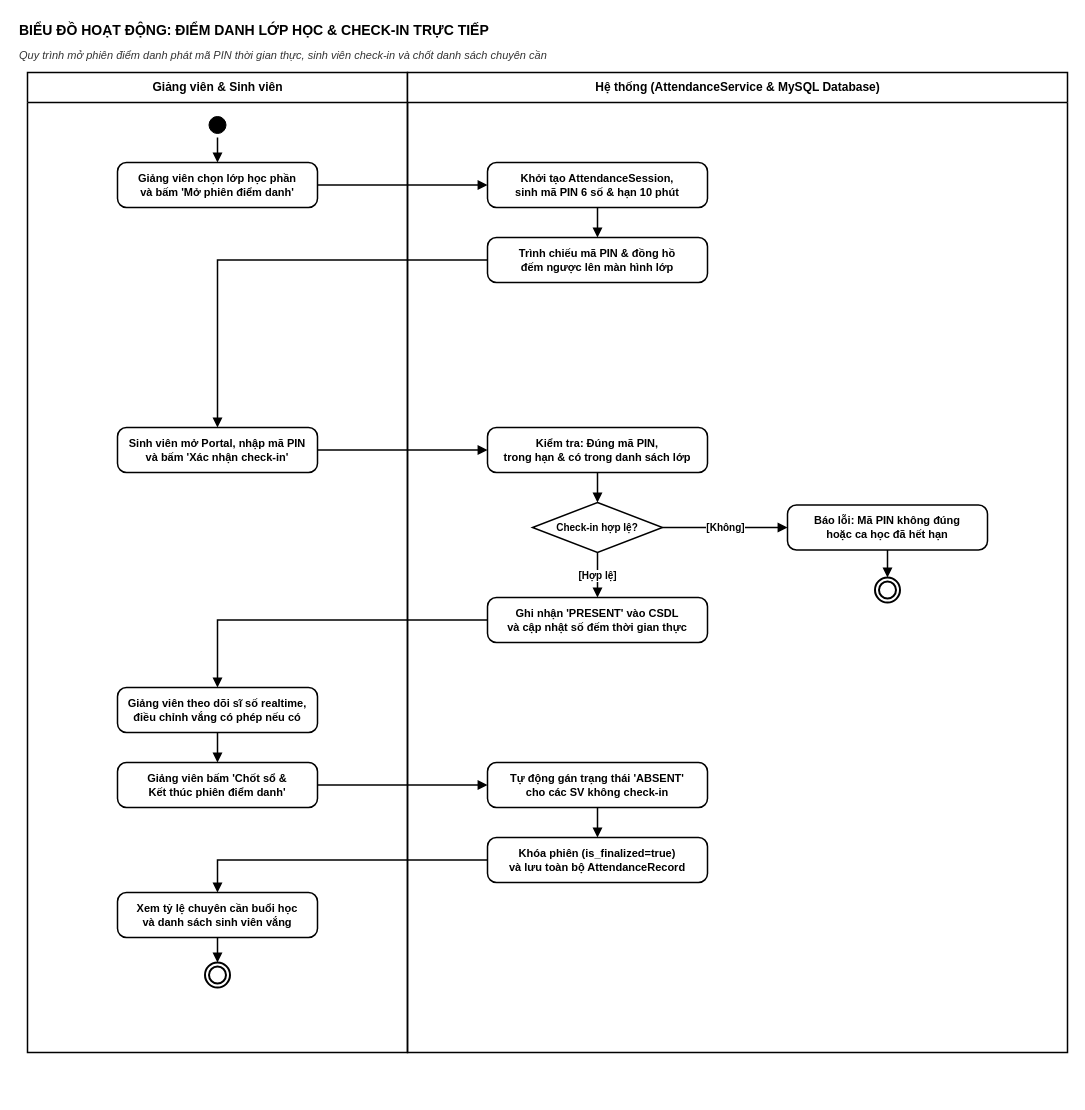
Above: page "18. Điểm danh lớp học & Check-in trực tiếp" (18 of 23) of drawio/Activity_Diagrams.drawio in DevMarkie/DoAnChuyenNganh (draw.io), before the change. Source tidied: cells renumbered, new cells numbered last; positions are measured from the earlier drawing's top-left corner, leaving out a move shared by most shapes. Both pictures are drawn from the tidied source at 100%, with x=0, y=0 at pixel (17, 17).
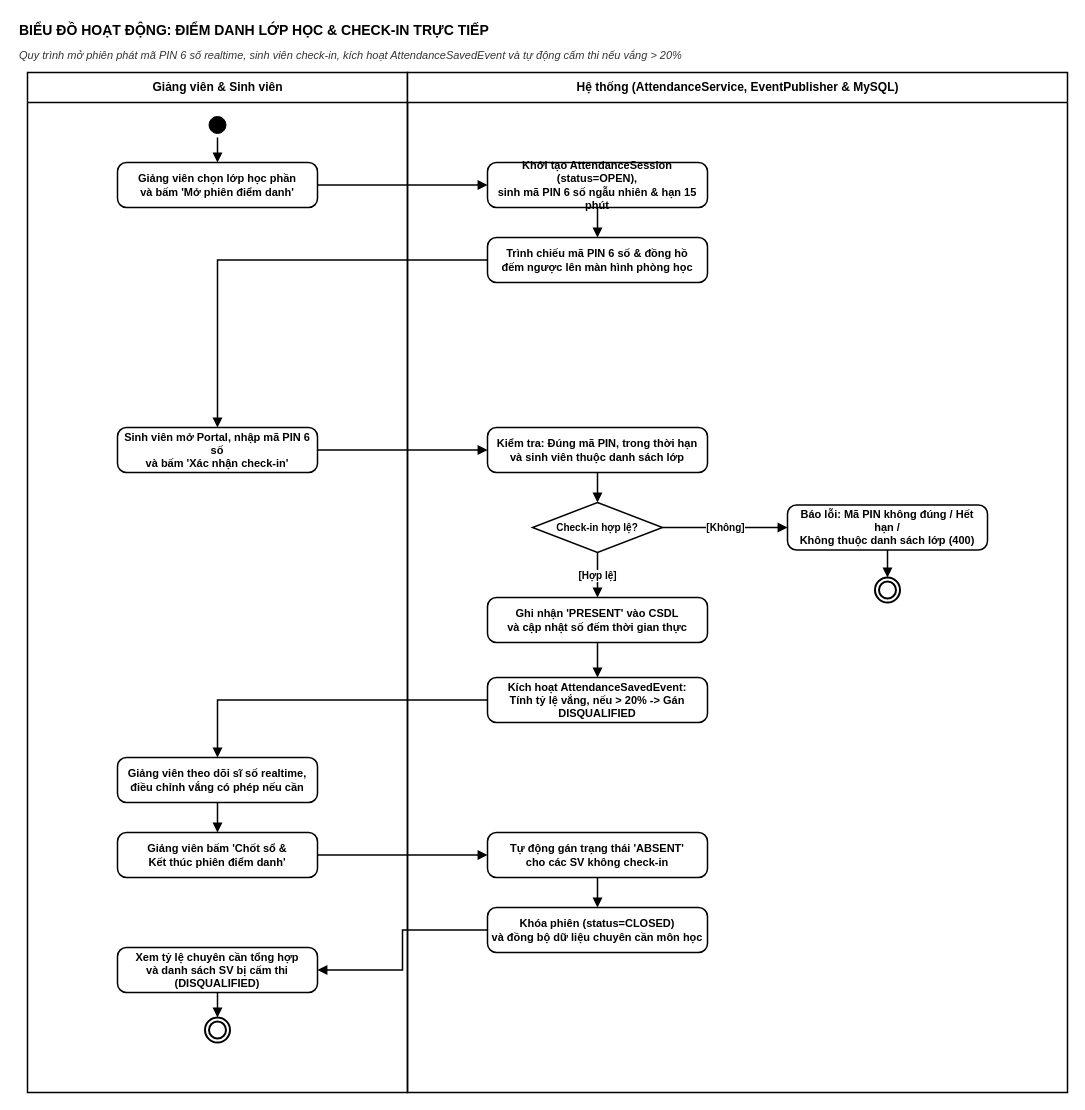
The same diagram, later.

Commit message (it also covers changes not shown here):
feat(ui,drawio): dong bo giao dien StaffsPage & GradeHistoryModal theo Design System va cap nhat tap lenh drawio

The change refers to these unchanged cells:
```xml
<mxCell id="19" value="Ghi nhận 'PRESENT' vào CSDL&#10;và cập nhật số đếm thời gian thực" style="rounded=1;whiteSpace=wrap;html=1;arcSize=20;fillColor=#ffffff;strokeColor=#000000;strokeWidth=1.5;fontStyle=1;fontSize=11;fontColor=#000000;spacing=4;" parent="1" vertex="1">
  <mxGeometry x="470" y="580" width="220" height="45" as="geometry" />
</mxCell>
```

Diff of the diagram source:
```diff
@@
-    <mxCell id="3" value="Quy trình mở phiên điểm danh phát mã PIN thời gian thực, sinh viên check-in và chốt danh sách chuyên cần" style="text;html=1;strokeColor=none;fillColor=none;align=left;verticalAlign=middle;whiteSpace=wrap;rounded=0;fontStyle=2;fontSize=11;fontColor=#333333;" parent="1" vertex="1">
+    <mxCell id="3" value="Quy trình mở phiên phát mã PIN 6 số realtime, sinh viên check-in, kích hoạt AttendanceSavedEvent và tự động cấm thi nếu vắng &gt; 20%" style="text;html=1;strokeColor=none;fillColor=none;align=left;verticalAlign=middle;whiteSpace=wrap;rounded=0;fontStyle=2;fontSize=11;fontColor=#333333;" parent="1" vertex="1">
       <mxGeometry y="28" width="950" height="20" as="geometry" />
     </mxCell>
     <mxCell id="4" value="Giảng viên &amp; Sinh viên" style="swimlane;html=1;fillColor=#ffffff;strokeColor=#000000;strokeWidth=1.5;fontStyle=1;fontSize=12;fontColor=#000000;startSize=30;" parent="1" vertex="1">
-      <mxGeometry x="10" y="55" width="380" height="980" as="geometry" />
+      <mxGeometry x="10" y="55" width="380" height="1020" as="geometry" />
     </mxCell>
-    <mxCell id="5" value="Hệ thống (AttendanceService &amp; MySQL Database)" style="swimlane;html=1;fillColor=#ffffff;strokeColor=#000000;strokeWidth=1.5;fontStyle=1;fontSize=12;fontColor=#000000;startSize=30;" parent="1" vertex="1">
-      <mxGeometry x="390" y="55" width="660" height="980" as="geometry" />
+    <mxCell id="5" value="Hệ thống (AttendanceService, EventPublisher &amp; MySQL)" style="swimlane;html=1;fillColor=#ffffff;strokeColor=#000000;strokeWidth=1.5;fontStyle=1;fontSize=12;fontColor=#000000;startSize=30;" parent="1" vertex="1">
+      <mxGeometry x="390" y="55" width="660" height="1020" as="geometry" />
     </mxCell>
@@
-    <mxCell id="8" value="Sinh viên mở Portal, nhập mã PIN&#10;và bấm 'Xác nhận check-in'" style="rounded=1;whiteSpace=wrap;html=1;arcSize=20;fillColor=#ffffff;strokeColor=#000000;strokeWidth=1.5;fontStyle=1;fontSize=11;fontColor=#000000;spacing=4;" parent="1" vertex="1">
+    <mxCell id="8" value="Sinh viên mở Portal, nhập mã PIN 6 số&#10;và bấm 'Xác nhận check-in'" style="rounded=1;whiteSpace=wrap;html=1;arcSize=20;fillColor=#ffffff;strokeColor=#000000;strokeWidth=1.5;fontStyle=1;fontSize=11;fontColor=#000000;spacing=4;" parent="1" vertex="1">
       <mxGeometry x="100" y="410" width="200" height="45" as="geometry" />
     </mxCell>
-    <mxCell id="9" value="Giảng viên theo dõi sĩ số realtime,&#10;điều chỉnh vắng có phép nếu có" style="rounded=1;whiteSpace=wrap;html=1;arcSize=20;fillColor=#ffffff;strokeColor=#000000;strokeWidth=1.5;fontStyle=1;fontSize=11;fontColor=#000000;spacing=4;" parent="1" vertex="1">
-      <mxGeometry x="100" y="670" width="200" height="45" as="geometry" />
+    <mxCell id="9" value="Giảng viên theo dõi sĩ số realtime,&#10;điều chỉnh vắng có phép nếu cần" style="rounded=1;whiteSpace=wrap;html=1;arcSize=20;fillColor=#ffffff;strokeColor=#000000;strokeWidth=1.5;fontStyle=1;fontSize=11;fontColor=#000000;spacing=4;" parent="1" vertex="1">
+      <mxGeometry x="100" y="740" width="200" height="45" as="geometry" />
     </mxCell>
     <mxCell id="10" value="Giảng viên bấm 'Chốt sổ &amp;&#10;Kết thúc phiên điểm danh'" style="rounded=1;whiteSpace=wrap;html=1;arcSize=20;fillColor=#ffffff;strokeColor=#000000;strokeWidth=1.5;fontStyle=1;fontSize=11;fontColor=#000000;spacing=4;" parent="1" vertex="1">
-      <mxGeometry x="100" y="745" width="200" height="45" as="geometry" />
+      <mxGeometry x="100" y="815" width="200" height="45" as="geometry" />
     </mxCell>
-    <mxCell id="11" value="Xem tỷ lệ chuyên cần buổi học&#10;và danh sách sinh viên vắng" style="rounded=1;whiteSpace=wrap;html=1;arcSize=20;fillColor=#ffffff;strokeColor=#000000;strokeWidth=1.5;fontStyle=1;fontSize=11;fontColor=#000000;spacing=4;" parent="1" vertex="1">
-      <mxGeometry x="100" y="875" width="200" height="45" as="geometry" />
+    <mxCell id="11" value="Xem tỷ lệ chuyên cần tổng hợp&#10;và danh sách SV bị cấm thi (DISQUALIFIED)" style="rounded=1;whiteSpace=wrap;html=1;arcSize=20;fillColor=#ffffff;strokeColor=#000000;strokeWidth=1.5;fontStyle=1;fontSize=11;fontColor=#000000;spacing=4;" parent="1" vertex="1">
+      <mxGeometry x="100" y="930" width="200" height="45" as="geometry" />
     </mxCell>
     <mxCell id="12" style="ellipse;html=1;shape=endState;fillColor=#ffffff;strokeColor=#000000;strokeWidth=2;" parent="1" vertex="1">
-      <mxGeometry x="187.5" y="945" width="25" height="25" as="geometry" />
+      <mxGeometry x="187.5" y="1000" width="25" height="25" as="geometry" />
     </mxCell>
-    <mxCell id="13" value="Khởi tạo AttendanceSession,&#10;sinh mã PIN 6 số &amp; hạn 10 phút" style="rounded=1;whiteSpace=wrap;html=1;arcSize=20;fillColor=#ffffff;strokeColor=#000000;strokeWidth=1.5;fontStyle=1;fontSize=11;fontColor=#000000;spacing=4;" parent="1" vertex="1">
+    <mxCell id="13" value="Khởi tạo AttendanceSession (status=OPEN),&#10;sinh mã PIN 6 số ngẫu nhiên &amp; hạn 15 phút" style="rounded=1;whiteSpace=wrap;html=1;arcSize=20;fillColor=#ffffff;strokeColor=#000000;strokeWidth=1.5;fontStyle=1;fontSize=11;fontColor=#000000;spacing=4;" parent="1" vertex="1">
       <mxGeometry x="470" y="145" width="220" height="45" as="geometry" />
     </mxCell>
-    <mxCell id="14" value="Trình chiếu mã PIN &amp; đồng hồ&#10;đếm ngược lên màn hình lớp" style="rounded=1;whiteSpace=wrap;html=1;arcSize=20;fillColor=#ffffff;strokeColor=#000000;strokeWidth=1.5;fontStyle=1;fontSize=11;fontColor=#000000;spacing=4;" parent="1" vertex="1">
+    <mxCell id="14" value="Trình chiếu mã PIN 6 số &amp; đồng hồ&#10;đếm ngược lên màn hình phòng học" style="rounded=1;whiteSpace=wrap;html=1;arcSize=20;fillColor=#ffffff;strokeColor=#000000;strokeWidth=1.5;fontStyle=1;fontSize=11;fontColor=#000000;spacing=4;" parent="1" vertex="1">
       <mxGeometry x="470" y="220" width="220" height="45" as="geometry" />
     </mxCell>
-    <mxCell id="15" value="Kiểm tra: Đúng mã PIN,&#10;trong hạn &amp; có trong danh sách lớp" style="rounded=1;whiteSpace=wrap;html=1;arcSize=20;fillColor=#ffffff;strokeColor=#000000;strokeWidth=1.5;fontStyle=1;fontSize=11;fontColor=#000000;spacing=4;" parent="1" vertex="1">
+    <mxCell id="15" value="Kiểm tra: Đúng mã PIN, trong thời hạn&#10;và sinh viên thuộc danh sách lớp" style="rounded=1;whiteSpace=wrap;html=1;arcSize=20;fillColor=#ffffff;strokeColor=#000000;strokeWidth=1.5;fontStyle=1;fontSize=11;fontColor=#000000;spacing=4;" parent="1" vertex="1">
       <mxGeometry x="470" y="410" width="220" height="45" as="geometry" />
     </mxCell>
@@
-    <mxCell id="17" value="Báo lỗi: Mã PIN không đúng&#10;hoặc ca học đã hết hạn" style="rounded=1;whiteSpace=wrap;html=1;arcSize=20;fillColor=#ffffff;strokeColor=#000000;strokeWidth=1.5;fontStyle=1;fontSize=11;fontColor=#000000;spacing=4;" parent="1" vertex="1">
+    <mxCell id="17" value="Báo lỗi: Mã PIN không đúng / Hết hạn /&#10;Không thuộc danh sách lớp (400)" style="rounded=1;whiteSpace=wrap;html=1;arcSize=20;fillColor=#ffffff;strokeColor=#000000;strokeWidth=1.5;fontStyle=1;fontSize=11;fontColor=#000000;spacing=4;" parent="1" vertex="1">
       <mxGeometry x="770" y="487.5" width="200" height="45" as="geometry" />
     </mxCell>
@@
+    <mxCell id="37" value="Kích hoạt AttendanceSavedEvent:&#10;Tính tỷ lệ vắng, nếu &gt; 20% -&gt; Gán DISQUALIFIED" style="rounded=1;whiteSpace=wrap;html=1;arcSize=20;fillColor=#ffffff;strokeColor=#000000;strokeWidth=1.5;fontStyle=1;fontSize=11;fontColor=#000000;spacing=4;" parent="1" vertex="1">
+      <mxGeometry x="470" y="660" width="220" height="45" as="geometry" />
+    </mxCell>
     <mxCell id="20" value="Tự động gán trạng thái 'ABSENT'&#10;cho các SV không check-in" style="rounded=1;whiteSpace=wrap;html=1;arcSize=20;fillColor=#ffffff;strokeColor=#000000;strokeWidth=1.5;fontStyle=1;fontSize=11;fontColor=#000000;spacing=4;" parent="1" vertex="1">
-      <mxGeometry x="470" y="745" width="220" height="45" as="geometry" />
+      <mxGeometry x="470" y="815" width="220" height="45" as="geometry" />
     </mxCell>
-    <mxCell id="21" value="Khóa phiên (is_finalized=true)&#10;và lưu toàn bộ AttendanceRecord" style="rounded=1;whiteSpace=wrap;html=1;arcSize=20;fillColor=#ffffff;strokeColor=#000000;strokeWidth=1.5;fontStyle=1;fontSize=11;fontColor=#000000;spacing=4;" parent="1" vertex="1">
-      <mxGeometry x="470" y="820" width="220" height="45" as="geometry" />
+    <mxCell id="21" value="Khóa phiên (status=CLOSED)&#10;và đồng bộ dữ liệu chuyên cần môn học" style="rounded=1;whiteSpace=wrap;html=1;arcSize=20;fillColor=#ffffff;strokeColor=#000000;strokeWidth=1.5;fontStyle=1;fontSize=11;fontColor=#000000;spacing=4;" parent="1" vertex="1">
+      <mxGeometry x="470" y="890" width="220" height="45" as="geometry" />
     </mxCell>
@@
+    <mxCell id="38" style="edgeStyle=orthogonalEdgeStyle;rounded=0;jettySize=auto;html=1;endArrow=block;strokeColor=#000000;strokeWidth=1.5;labelBackgroundColor=#ffffff;labelBorderColor=none;fillColor=none;fontColor=#000000;fontSize=10;fontStyle=1;" parent="1" edge="1" source="19" target="37">
+      <mxGeometry relative="1" as="geometry" />
+    </mxCell>
-    <mxCell id="31" style="edgeStyle=orthogonalEdgeStyle;rounded=0;jettySize=auto;html=1;endArrow=block;strokeColor=#000000;strokeWidth=1.5;labelBackgroundColor=#ffffff;labelBorderColor=none;fillColor=none;fontColor=#000000;fontSize=10;fontStyle=1;" parent="1" edge="1" source="19" target="9">
+    <mxCell id="31" style="edgeStyle=orthogonalEdgeStyle;rounded=0;jettySize=auto;html=1;endArrow=block;strokeColor=#000000;strokeWidth=1.5;labelBackgroundColor=#ffffff;labelBorderColor=none;fillColor=none;fontColor=#000000;fontSize=10;fontStyle=1;" parent="1" edge="1" source="37" target="9">
       <mxGeometry relative="1" as="geometry" />
     </mxCell>
```
